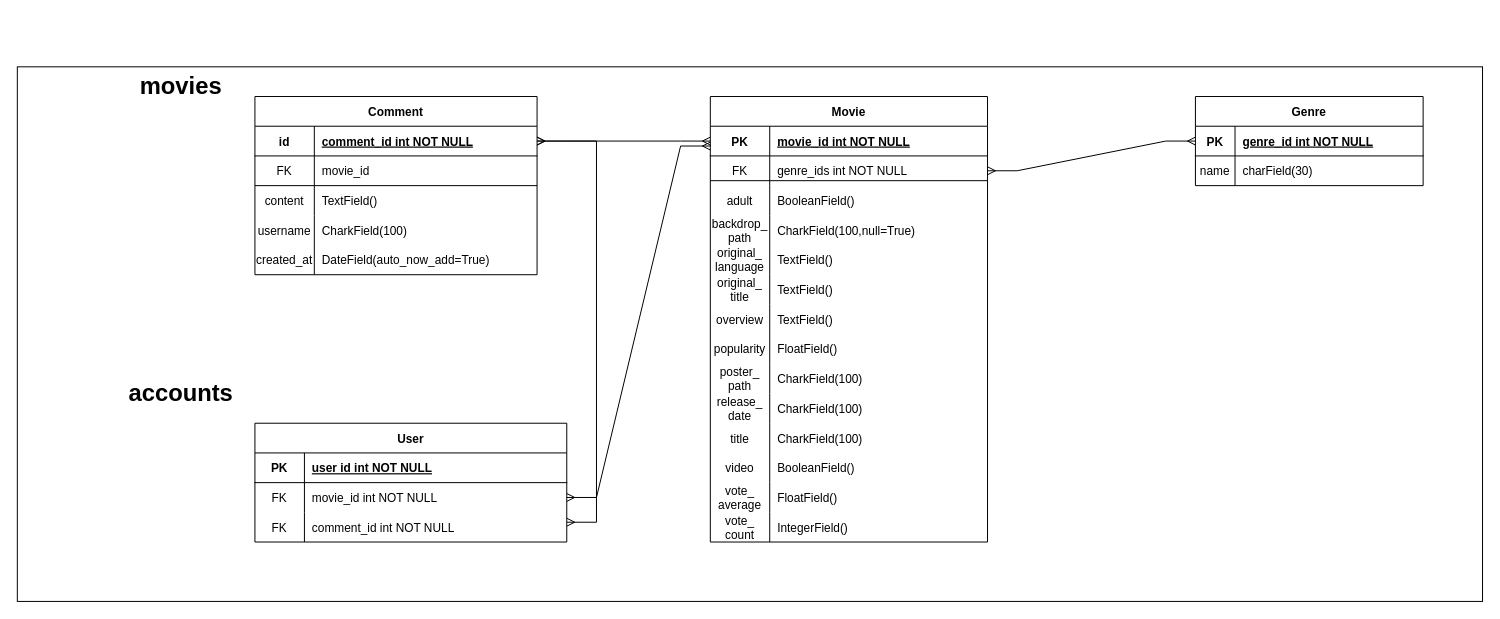
seahare-slug/SSAMFY keeps this draw.io diagram as readme-asset/ERD.drawio. Above is the earlier version. Source tidied: cells renumbered, new cells numbered last; positions are measured from the earlier drawing's top-left corner, leaving out a move shared by most shapes. Both pictures are drawn from the tidied source at 99%, with x=0, y=0 at pixel (17, 66).
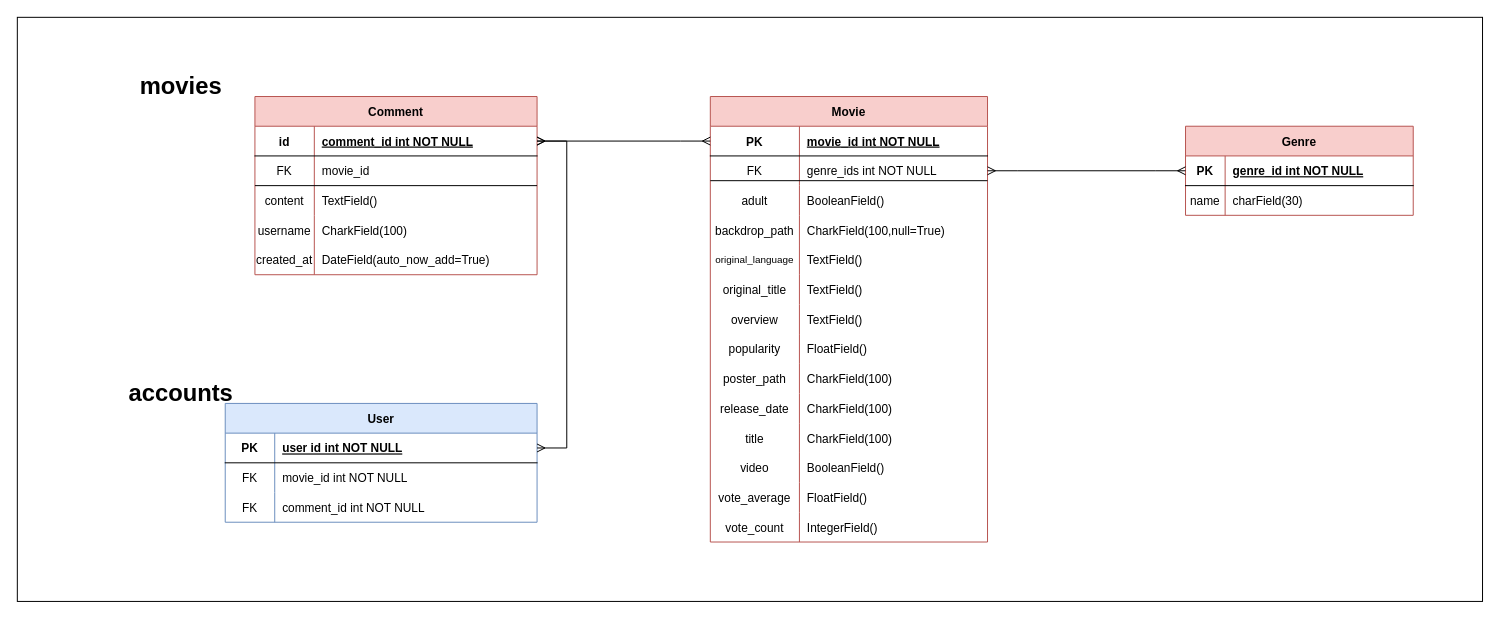
Above is the later version.

The change refers to these unchanged cells:
```xml
<mxCell id="4" style="shape=partialRectangle;fillColor=none;points=[[0,0.5],[1,0.5]];portConstraint=eastwest;top=0;left=0;right=0;bottom=1;" parent="3" vertex="1">
  <mxGeometry y="30" width="280" height="30" as="geometry" />
</mxCell>
<mxCell id="7" style="shape=partialRectangle;fillColor=none;points=[[0,0.5],[1,0.5]];portConstraint=eastwest;top=0;left=0;right=0;bottom=0;" parent="3" vertex="1">
  <mxGeometry y="60" width="280" height="30" as="geometry" />
</mxCell>
<mxCell id="10" style="shape=partialRectangle;fillColor=none;top=0;left=0;right=0;bottom=0;" parent="3" vertex="1">
  <mxGeometry y="90" width="280" height="30" as="geometry" />
</mxCell>
<mxCell id="13" style="shape=partialRectangle;fillColor=none;top=0;left=0;right=0;bottom=0;" parent="3" vertex="1">
  <mxGeometry y="120" width="280" height="30" as="geometry" />
</mxCell>
<mxCell id="16" style="shape=partialRectangle;fillColor=none;top=0;left=0;right=0;bottom=0;" parent="3" vertex="1">
  <mxGeometry y="150" width="280" height="30" as="geometry" />
</mxCell>
<mxCell id="19" style="shape=partialRectangle;fillColor=none;top=0;left=0;right=0;bottom=0;" parent="3" vertex="1">
  <mxGeometry y="180" width="280" height="30" as="geometry" />
</mxCell>
<mxCell id="22" style="shape=partialRectangle;fillColor=none;top=0;left=0;right=0;bottom=0;" parent="3" vertex="1">
  <mxGeometry y="210" width="280" height="30" as="geometry" />
</mxCell>
<mxCell id="25" style="shape=partialRectangle;fillColor=none;top=0;left=0;right=0;bottom=0;" parent="3" vertex="1">
  <mxGeometry y="240" width="280" height="30" as="geometry" />
</mxCell>
<mxCell id="28" style="shape=partialRectangle;fillColor=none;top=0;left=0;right=0;bottom=0;" parent="3" vertex="1">
  <mxGeometry y="270" width="280" height="30" as="geometry" />
</mxCell>
<mxCell id="31" style="shape=partialRectangle;fillColor=none;top=0;left=0;right=0;bottom=0;" parent="3" vertex="1">
  <mxGeometry y="300" width="280" height="30" as="geometry" />
</mxCell>
<mxCell id="34" style="shape=partialRectangle;fillColor=none;top=0;left=0;right=0;bottom=0;" parent="3" vertex="1">
  <mxGeometry y="330" width="280" height="30" as="geometry" />
</mxCell>
<mxCell id="37" style="shape=partialRectangle;fillColor=none;top=0;left=0;right=0;bottom=0;" parent="3" vertex="1">
  <mxGeometry y="360" width="280" height="30" as="geometry" />
</mxCell>
<mxCell id="40" style="shape=partialRectangle;fillColor=none;top=0;left=0;right=0;bottom=0;" parent="3" vertex="1">
  <mxGeometry y="390" width="280" height="30" as="geometry" />
</mxCell>
<mxCell id="43" style="shape=partialRectangle;fillColor=none;top=0;left=0;right=0;bottom=0;" parent="3" vertex="1">
  <mxGeometry y="420" width="280" height="30" as="geometry" />
</mxCell>
<mxCell id="54" style="shape=partialRectangle;fillColor=none;points=[[0,0.5],[1,0.5]];portConstraint=eastwest;top=0;left=0;right=0;bottom=1;" parent="53" vertex="1">
  <mxGeometry y="30" width="285" height="30" as="geometry" />
</mxCell>
<mxCell id="73" style="shape=tableRow;horizontal=0;startSize=0;swimlaneHead=0;swimlaneBody=0;fillColor=none;points=[[0,0.5],[1,0.5]];portConstraint=eastwest;top=0;left=0;right=0;bottom=1;strokeWidth=1;" parent="72" vertex="1">
  <mxGeometry y="30" width="315" height="30" as="geometry" />
</mxCell>
<mxCell id="76" style="shape=tableRow;horizontal=0;startSize=0;swimlaneHead=0;swimlaneBody=0;fillColor=none;points=[[0,0.5],[1,0.5]];portConstraint=eastwest;top=0;left=0;right=0;bottom=0;strokeWidth=1;" parent="72" vertex="1">
  <mxGeometry y="60" width="315" height="30" as="geometry" />
</mxCell>
```

Change to the diagram source:
```diff
@@
     <mxCell id="2" style="rounded=0;whiteSpace=wrap;html=1;" parent="1" vertex="1">
-      <mxGeometry width="1480" height="540" as="geometry" />
+      <mxGeometry y="-50" width="1480" height="590" as="geometry" />
     </mxCell>
-    <mxCell id="3" value="Movie" style="shape=table;startSize=30;childLayout=tableLayout;rowLines=0;fontStyle=1;align=center;" parent="1" vertex="1">
+    <mxCell id="3" value="Movie" style="shape=table;startSize=30;childLayout=tableLayout;rowLines=0;fontStyle=1;align=center;fillColor=#f8cecc;strokeColor=#b85450;" parent="1" vertex="1">
       <mxGeometry x="700" y="30" width="280" height="450" as="geometry" />
     </mxCell>
@@
     <mxCell id="5" value="PK" style="shape=partialRectangle;overflow=hidden;fillColor=none;top=0;left=0;bottom=0;right=0;fontStyle=1;" parent="4" vertex="1">
-      <mxGeometry width="60" height="30" as="geometry" />
+      <mxGeometry width="90" height="30" as="geometry" />
     </mxCell>
     <mxCell id="6" value="movie_id int NOT NULL " style="shape=partialRectangle;overflow=hidden;fillColor=none;top=0;left=0;bottom=0;right=0;align=left;spacingLeft=6;fontStyle=5;" parent="4" vertex="1">
-      <mxGeometry x="60" width="220" height="30" as="geometry" />
+      <mxGeometry x="90" width="190" height="30" as="geometry" />
     </mxCell>
@@
     <mxCell id="8" value="FK" style="shape=partialRectangle;overflow=hidden;fillColor=none;top=0;left=0;bottom=0;right=0;" parent="7" vertex="1">
-      <mxGeometry width="60" height="30" as="geometry" />
+      <mxGeometry width="90" height="30" as="geometry" />
     </mxCell>
     <mxCell id="9" value="genre_ids int NOT NULL" style="shape=partialRectangle;overflow=hidden;fillColor=none;top=0;left=0;bottom=0;right=0;align=left;spacingLeft=6;" parent="7" vertex="1">
-      <mxGeometry x="60" width="220" height="30" as="geometry" />
+      <mxGeometry x="90" width="190" height="30" as="geometry" />
     </mxCell>
@@
     <mxCell id="11" value="adult" style="shape=partialRectangle;overflow=hidden;fillColor=none;top=0;left=0;bottom=0;right=0;" parent="10" vertex="1">
-      <mxGeometry width="60" height="30" as="geometry" />
+      <mxGeometry width="90" height="30" as="geometry" />
     </mxCell>
     <mxCell id="12" value="BooleanField()" style="shape=partialRectangle;overflow=hidden;fillColor=none;top=0;left=0;bottom=0;right=0;align=left;spacingLeft=6;" parent="10" vertex="1">
-      <mxGeometry x="60" width="220" height="30" as="geometry" />
+      <mxGeometry x="90" width="190" height="30" as="geometry" />
     </mxCell>
@@
-    <mxCell id="14" value="backdrop_&#10;path" style="shape=partialRectangle;overflow=hidden;fillColor=none;top=0;left=0;bottom=0;right=0;" parent="13" vertex="1">
-      <mxGeometry width="60" height="30" as="geometry" />
+    <mxCell id="14" value="backdrop_path" style="shape=partialRectangle;overflow=hidden;fillColor=none;top=0;left=0;bottom=0;right=0;" parent="13" vertex="1">
+      <mxGeometry width="90" height="30" as="geometry" />
     </mxCell>
     <mxCell id="15" value="CharkField(100,null=True)" style="shape=partialRectangle;overflow=hidden;fillColor=none;top=0;left=0;bottom=0;right=0;align=left;spacingLeft=6;" parent="13" vertex="1">
-      <mxGeometry x="60" width="220" height="30" as="geometry" />
+      <mxGeometry x="90" width="190" height="30" as="geometry" />
     </mxCell>
@@
-    <mxCell id="17" value="original_&#10;language" style="shape=partialRectangle;overflow=hidden;fillColor=none;top=0;left=0;bottom=0;right=0;" parent="16" vertex="1">
-      <mxGeometry width="60" height="30" as="geometry" />
+    <mxCell id="17" value="original_language" style="shape=partialRectangle;overflow=hidden;fillColor=none;top=0;left=0;bottom=0;right=0;fontSize=10;" parent="16" vertex="1">
+      <mxGeometry width="90" height="30" as="geometry" />
     </mxCell>
     <mxCell id="18" value="TextField()" style="shape=partialRectangle;overflow=hidden;fillColor=none;top=0;left=0;bottom=0;right=0;align=left;spacingLeft=6;" parent="16" vertex="1">
-      <mxGeometry x="60" width="220" height="30" as="geometry" />
+      <mxGeometry x="90" width="190" height="30" as="geometry" />
     </mxCell>
@@
-    <mxCell id="20" value="original_&#10;title" style="shape=partialRectangle;overflow=hidden;fillColor=none;top=0;left=0;bottom=0;right=0;" parent="19" vertex="1">
-      <mxGeometry width="60" height="30" as="geometry" />
+    <mxCell id="20" value="original_title" style="shape=partialRectangle;overflow=hidden;fillColor=none;top=0;left=0;bottom=0;right=0;" parent="19" vertex="1">
+      <mxGeometry width="90" height="30" as="geometry" />
     </mxCell>
     <mxCell id="21" value="TextField()" style="shape=partialRectangle;overflow=hidden;fillColor=none;top=0;left=0;bottom=0;right=0;align=left;spacingLeft=6;" parent="19" vertex="1">
-      <mxGeometry x="60" width="220" height="30" as="geometry" />
+      <mxGeometry x="90" width="190" height="30" as="geometry" />
     </mxCell>
@@
     <mxCell id="23" value="overview" style="shape=partialRectangle;overflow=hidden;fillColor=none;top=0;left=0;bottom=0;right=0;" parent="22" vertex="1">
-      <mxGeometry width="60" height="30" as="geometry" />
+      <mxGeometry width="90" height="30" as="geometry" />
     </mxCell>
     <mxCell id="24" value="TextField()" style="shape=partialRectangle;overflow=hidden;fillColor=none;top=0;left=0;bottom=0;right=0;align=left;spacingLeft=6;" parent="22" vertex="1">
-      <mxGeometry x="60" width="220" height="30" as="geometry" />
+      <mxGeometry x="90" width="190" height="30" as="geometry" />
     </mxCell>
@@
     <mxCell id="26" value="popularity" style="shape=partialRectangle;overflow=hidden;fillColor=none;top=0;left=0;bottom=0;right=0;" parent="25" vertex="1">
-      <mxGeometry width="60" height="30" as="geometry" />
+      <mxGeometry width="90" height="30" as="geometry" />
     </mxCell>
     <mxCell id="27" value="FloatField()" style="shape=partialRectangle;overflow=hidden;fillColor=none;top=0;left=0;bottom=0;right=0;align=left;spacingLeft=6;" parent="25" vertex="1">
-      <mxGeometry x="60" width="220" height="30" as="geometry" />
+      <mxGeometry x="90" width="190" height="30" as="geometry" />
     </mxCell>
@@
-    <mxCell id="29" value="poster_&#10;path" style="shape=partialRectangle;overflow=hidden;fillColor=none;top=0;left=0;bottom=0;right=0;" parent="28" vertex="1">
-      <mxGeometry width="60" height="30" as="geometry" />
+    <mxCell id="29" value="poster_path" style="shape=partialRectangle;overflow=hidden;fillColor=none;top=0;left=0;bottom=0;right=0;" parent="28" vertex="1">
+      <mxGeometry width="90" height="30" as="geometry" />
     </mxCell>
     <mxCell id="30" value="CharkField(100)" style="shape=partialRectangle;overflow=hidden;fillColor=none;top=0;left=0;bottom=0;right=0;align=left;spacingLeft=6;" parent="28" vertex="1">
-      <mxGeometry x="60" width="220" height="30" as="geometry" />
+      <mxGeometry x="90" width="190" height="30" as="geometry" />
     </mxCell>
@@
-    <mxCell id="32" value="release_&#10;date" style="shape=partialRectangle;overflow=hidden;fillColor=none;top=0;left=0;bottom=0;right=0;" parent="31" vertex="1">
-      <mxGeometry width="60" height="30" as="geometry" />
+    <mxCell id="32" value="release_date" style="shape=partialRectangle;overflow=hidden;fillColor=none;top=0;left=0;bottom=0;right=0;" parent="31" vertex="1">
+      <mxGeometry width="90" height="30" as="geometry" />
     </mxCell>
     <mxCell id="33" value="CharkField(100)" style="shape=partialRectangle;overflow=hidden;fillColor=none;top=0;left=0;bottom=0;right=0;align=left;spacingLeft=6;" parent="31" vertex="1">
-      <mxGeometry x="60" width="220" height="30" as="geometry" />
+      <mxGeometry x="90" width="190" height="30" as="geometry" />
     </mxCell>
@@
     <mxCell id="35" value="title" style="shape=partialRectangle;overflow=hidden;fillColor=none;top=0;left=0;bottom=0;right=0;" parent="34" vertex="1">
-      <mxGeometry width="60" height="30" as="geometry" />
+      <mxGeometry width="90" height="30" as="geometry" />
     </mxCell>
     <mxCell id="36" value="CharkField(100)" style="shape=partialRectangle;overflow=hidden;fillColor=none;top=0;left=0;bottom=0;right=0;align=left;spacingLeft=6;" parent="34" vertex="1">
-      <mxGeometry x="60" width="220" height="30" as="geometry" />
+      <mxGeometry x="90" width="190" height="30" as="geometry" />
     </mxCell>
@@
     <mxCell id="38" value="video" style="shape=partialRectangle;overflow=hidden;fillColor=none;top=0;left=0;bottom=0;right=0;" parent="37" vertex="1">
-      <mxGeometry width="60" height="30" as="geometry" />
+      <mxGeometry width="90" height="30" as="geometry" />
     </mxCell>
     <mxCell id="39" value="BooleanField()" style="shape=partialRectangle;overflow=hidden;fillColor=none;top=0;left=0;bottom=0;right=0;align=left;spacingLeft=6;" parent="37" vertex="1">
-      <mxGeometry x="60" width="220" height="30" as="geometry" />
+      <mxGeometry x="90" width="190" height="30" as="geometry" />
     </mxCell>
@@
-    <mxCell id="41" value="vote_&#10;average" style="shape=partialRectangle;overflow=hidden;fillColor=none;top=0;left=0;bottom=0;right=0;" parent="40" vertex="1">
-      <mxGeometry width="60" height="30" as="geometry" />
+    <mxCell id="41" value="vote_average" style="shape=partialRectangle;overflow=hidden;fillColor=none;top=0;left=0;bottom=0;right=0;" parent="40" vertex="1">
+      <mxGeometry width="90" height="30" as="geometry" />
     </mxCell>
     <mxCell id="42" value="FloatField()" style="shape=partialRectangle;overflow=hidden;fillColor=none;top=0;left=0;bottom=0;right=0;align=left;spacingLeft=6;" parent="40" vertex="1">
-      <mxGeometry x="60" width="220" height="30" as="geometry" />
+      <mxGeometry x="90" width="190" height="30" as="geometry" />
     </mxCell>
@@
-    <mxCell id="44" value="vote_&#10;count" style="shape=partialRectangle;overflow=hidden;fillColor=none;top=0;left=0;bottom=0;right=0;" parent="43" vertex="1">
-      <mxGeometry width="60" height="30" as="geometry" />
+    <mxCell id="44" value="vote_count" style="shape=partialRectangle;overflow=hidden;fillColor=none;top=0;left=0;bottom=0;right=0;" parent="43" vertex="1">
+      <mxGeometry width="90" height="30" as="geometry" />
     </mxCell>
     <mxCell id="45" value="IntegerField()" style="shape=partialRectangle;overflow=hidden;fillColor=none;top=0;left=0;bottom=0;right=0;align=left;spacingLeft=6;" parent="43" vertex="1">
-      <mxGeometry x="60" width="220" height="30" as="geometry" />
+      <mxGeometry x="90" width="190" height="30" as="geometry" />
     </mxCell>
-    <mxCell id="46" value="Genre" style="shape=table;startSize=30;childLayout=tableLayout;rowLines=0;fontStyle=1;align=center;" parent="1" vertex="1">
-      <mxGeometry x="1190" y="30" width="230" height="90" as="geometry" />
+    <mxCell id="46" value="Genre" style="shape=table;startSize=30;childLayout=tableLayout;rowLines=0;fontStyle=1;align=center;fillColor=#f8cecc;strokeColor=#b85450;" parent="1" vertex="1">
+      <mxGeometry x="1180" y="60" width="230" height="90" as="geometry" />
     </mxCell>
@@
-    <mxCell id="53" value="Comment" style="shape=table;startSize=30;childLayout=tableLayout;rowLines=0;fontStyle=1;align=center;" parent="1" vertex="1">
+    <mxCell id="53" value="Comment" style="shape=table;startSize=30;childLayout=tableLayout;rowLines=0;fontStyle=1;align=center;fillColor=#f8cecc;strokeColor=#b85450;" parent="1" vertex="1">
       <mxGeometry x="240" y="30" width="285" height="180" as="geometry" />
     </mxCell>
@@
-    <mxCell id="72" value="User" style="shape=table;startSize=30;childLayout=tableLayout;rowLines=0;fontStyle=1;align=center;strokeWidth=1;" parent="1" vertex="1">
-      <mxGeometry x="240" y="360" width="315" height="120" as="geometry" />
+    <mxCell id="72" value="User" style="shape=table;startSize=30;childLayout=tableLayout;rowLines=0;fontStyle=1;align=center;strokeWidth=1;fillColor=#dae8fc;strokeColor=#6c8ebf;" parent="1" vertex="1">
+      <mxGeometry x="210" y="340" width="315" height="120" as="geometry" />
     </mxCell>
@@
-    <mxCell id="85" style="edgeStyle=entityRelationEdgeStyle;fontSize=12;html=1;endArrow=ERmany;startArrow=ERmany;rounded=0;exitX=1;exitY=0.5;exitDx=0;exitDy=0;" parent="1" edge="1" source="76">
-      <mxGeometry relative="1" as="geometry">
-        <mxPoint x="700" y="80" as="targetPoint" />
-      </mxGeometry>
-    </mxCell>
-    <mxCell id="86" style="edgeStyle=entityRelationEdgeStyle;fontSize=12;html=1;endArrow=ERmany;startArrow=ERmany;rounded=0;entryX=1;entryY=0.5;entryDx=0;entryDy=0;" parent="1" edge="1" target="54">
-      <mxGeometry relative="1" as="geometry">
-        <mxPoint x="555" y="460" as="sourcePoint" />
-      </mxGeometry>
+    <mxCell id="86" style="edgeStyle=entityRelationEdgeStyle;fontSize=12;html=1;endArrow=ERmany;startArrow=ERmany;rounded=0;entryX=1;entryY=0.5;entryDx=0;entryDy=0;exitX=1;exitY=0.5;exitDx=0;exitDy=0;" parent="1" edge="1" source="73" target="54">
+      <mxGeometry relative="1" as="geometry" />
     </mxCell>
```
